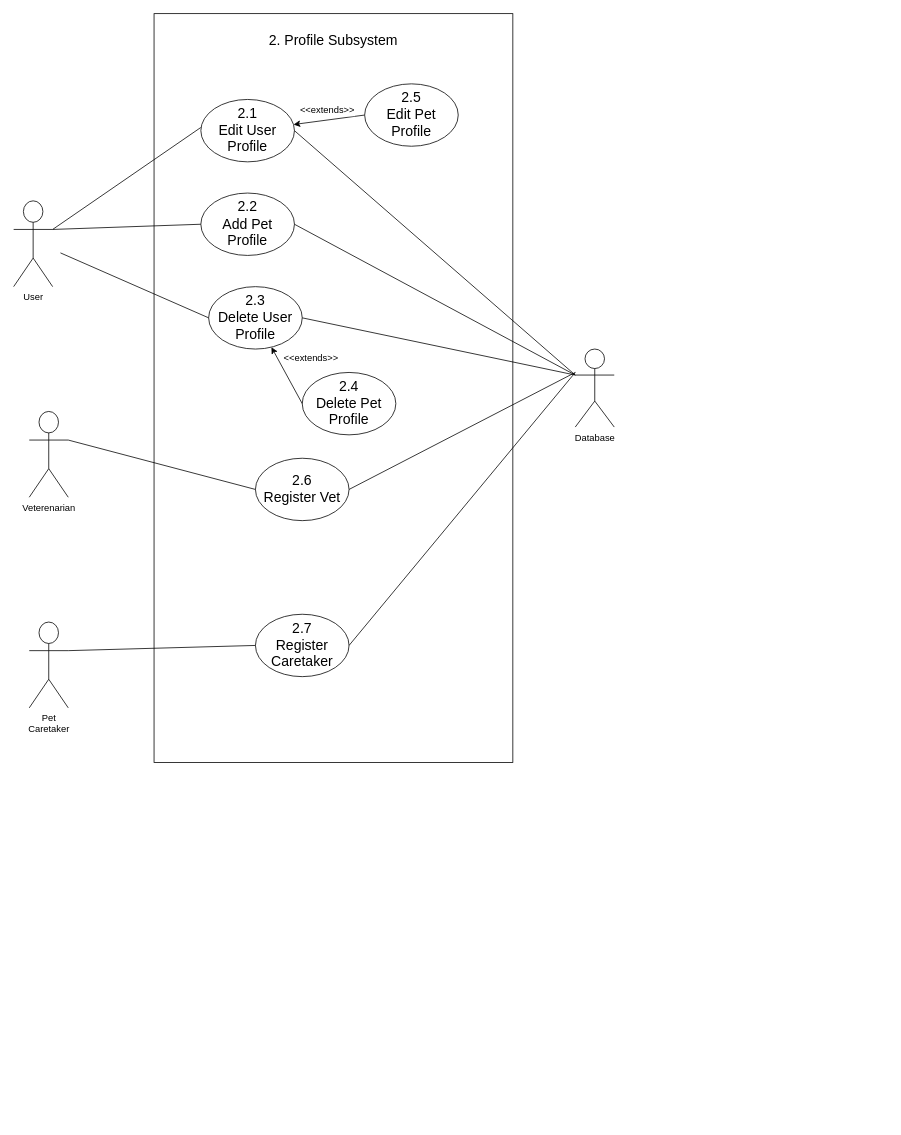
Before: docs/use-case-diagrams/Profile.drawio in COS301-SE-2024/TailWaggr, a draw.io diagram. Source tidied: cells renumbered, new cells numbered last; positions are measured from the earlier drawing's top-left corner, leaving out a move shared by most shapes. Both pictures are drawn from the tidied source at 78%, with x=0, y=0 at pixel (13, 13).
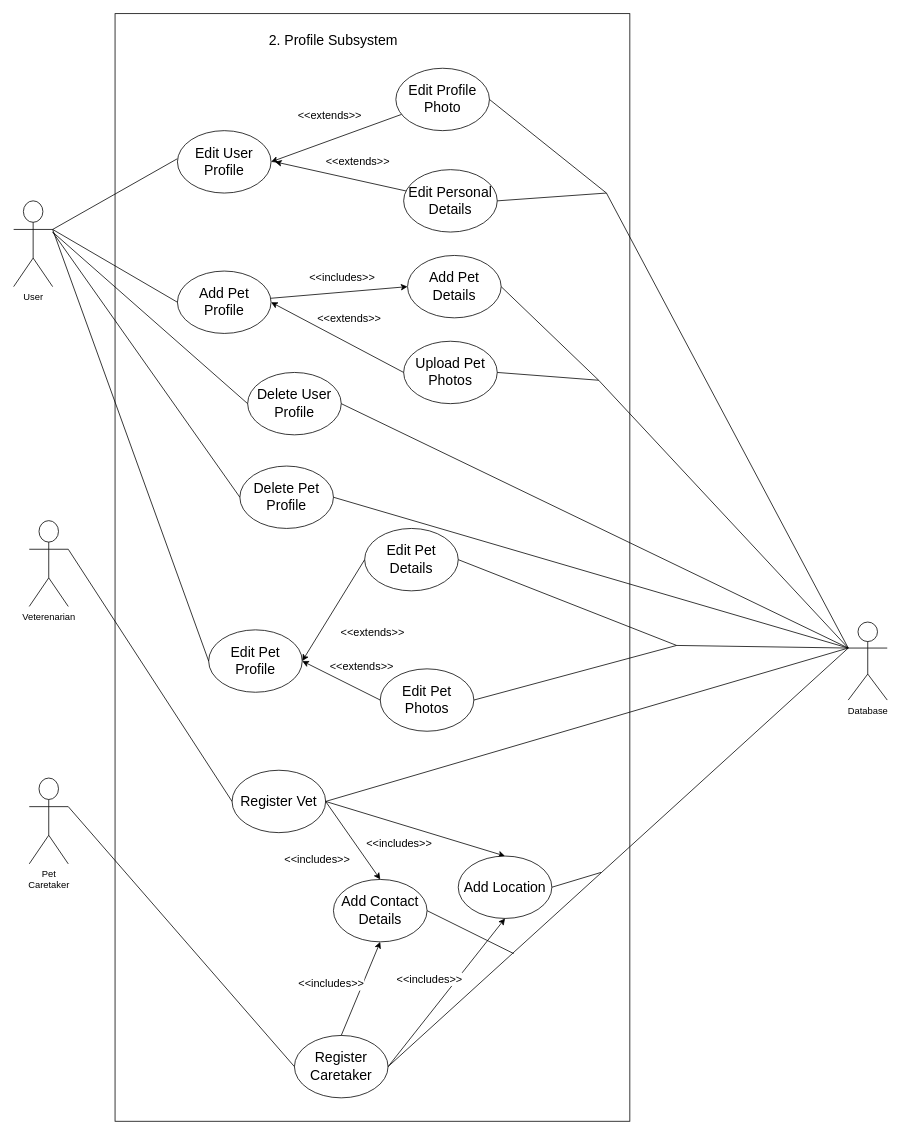
The same page after the edit.

Commit message:
Heavily altered profile diagram

Unchanged cells that the change refers to:
```xml
<mxCell id="4" value="User" style="shape=umlActor;verticalLabelPosition=bottom;verticalAlign=top;html=1;outlineConnect=0;" parent="1" vertex="1">
  <mxGeometry y="240" width="50" height="110" as="geometry" />
</mxCell>
```

Diff of the diagram source:
```diff
@@
     <mxCell id="2" style="rounded=0;whiteSpace=wrap;html=1;" parent="1" vertex="1">
-      <mxGeometry x="180" width="460" height="960" as="geometry" />
+      <mxGeometry x="130" width="660" height="1420" as="geometry" />
     </mxCell>
@@
     <mxCell id="5" value="Database" style="shape=umlActor;verticalLabelPosition=bottom;verticalAlign=top;html=1;outlineConnect=0;" parent="1" vertex="1">
-      <mxGeometry x="720" y="430" width="50" height="100" as="geometry" />
+      <mxGeometry x="1070" y="780" width="50" height="100" as="geometry" />
     </mxCell>
@@
-    <mxCell id="7" style="edgeStyle=none;html=1;entryX=0;entryY=0.5;entryDx=0;entryDy=0;fontSize=18;endArrow=none;endFill=0;startArrow=classic;startFill=1;" parent="1" edge="1" source="9" target="11">
-      <mxGeometry relative="1" as="geometry" />
-    </mxCell>
-    <mxCell id="8" value="&lt;font style=&quot;font-size: 12px;&quot;&gt;&amp;lt;&amp;lt;extends&amp;gt;&amp;gt;&lt;/font&gt;" style="edgeLabel;html=1;align=center;verticalAlign=middle;fontSize=14;" parent="7" vertex="1">
-      <mxGeometry x="-0.25" y="1" relative="1" as="geometry">
-        <mxPoint x="9" y="-14" as="offset" />
-      </mxGeometry>
-    </mxCell>
-    <mxCell id="9" value="2.1&lt;br&gt;Edit User Profile" style="ellipse;whiteSpace=wrap;html=1;fontSize=18;" parent="1" vertex="1">
-      <mxGeometry x="240" y="110" width="120" height="80" as="geometry" />
+    <mxCell id="9" value="Edit User Profile" style="ellipse;whiteSpace=wrap;html=1;fontSize=18;" parent="1" vertex="1">
+      <mxGeometry x="210" y="150" width="120" height="80" as="geometry" />
     </mxCell>
-    <mxCell id="10" style="edgeStyle=none;html=1;entryX=0;entryY=0.3333333333333333;entryDx=0;entryDy=0;entryPerimeter=0;fontSize=12;endArrow=none;endFill=0;exitX=1;exitY=0.5;exitDx=0;exitDy=0;" parent="1" edge="1" source="9" target="5">
-      <mxGeometry relative="1" as="geometry" />
-    </mxCell>
-    <mxCell id="11" value="2.5&lt;br&gt;Edit Pet Profile" style="ellipse;whiteSpace=wrap;html=1;fontSize=18;" parent="1" vertex="1">
-      <mxGeometry x="450" y="90" width="120" height="80" as="geometry" />
+    <mxCell id="11" value="Edit Pet Profile" style="ellipse;whiteSpace=wrap;html=1;fontSize=18;" parent="1" vertex="1">
+      <mxGeometry x="250" y="790" width="120" height="80" as="geometry" />
     </mxCell>
+    <mxCell id="29" style="edgeStyle=none;html=1;entryX=0;entryY=0.5;entryDx=0;entryDy=0;fontSize=14;" parent="1" edge="1" source="12" target="41">
+      <mxGeometry relative="1" as="geometry" />
+    </mxCell>
+    <mxCell id="30" value="&amp;lt;&amp;lt;includes&amp;gt;&amp;gt;" style="edgeLabel;html=1;align=center;verticalAlign=middle;fontSize=14;" parent="29" vertex="1">
+      <mxGeometry x="0.31" relative="1" as="geometry">
+        <mxPoint x="-24" y="-18" as="offset" />
+      </mxGeometry>
+    </mxCell>
-    <mxCell id="12" value="2.2&lt;br&gt;Add Pet Profile" style="ellipse;whiteSpace=wrap;html=1;fontSize=18;" parent="1" vertex="1">
-      <mxGeometry x="240" y="230" width="120" height="80" as="geometry" />
+    <mxCell id="12" value="Add Pet Profile" style="ellipse;whiteSpace=wrap;html=1;fontSize=18;" parent="1" vertex="1">
+      <mxGeometry x="210" y="330" width="120" height="80" as="geometry" />
     </mxCell>
@@
-    <mxCell id="14" style="edgeStyle=none;html=1;fontSize=12;endArrow=none;endFill=0;entryX=0;entryY=0.3333333333333333;entryDx=0;entryDy=0;entryPerimeter=0;exitX=1;exitY=0.5;exitDx=0;exitDy=0;" parent="1" edge="1" source="12" target="5">
-      <mxGeometry relative="1" as="geometry" />
+    <mxCell id="14" style="edgeStyle=none;html=1;fontSize=12;endArrow=none;endFill=0;entryX=0;entryY=0.3333333333333333;entryDx=0;entryDy=0;entryPerimeter=0;" parent="1" edge="1" target="5">
+      <mxGeometry relative="1" as="geometry">
+        <mxPoint x="750" y="470" as="sourcePoint" />
+      </mxGeometry>
     </mxCell>
-    <mxCell id="15" value="2.3&lt;br&gt;Delete User Profile" style="ellipse;whiteSpace=wrap;html=1;fontSize=18;" parent="1" vertex="1">
-      <mxGeometry x="250" y="350" width="120" height="80" as="geometry" />
+    <mxCell id="15" value="Delete User Profile" style="ellipse;whiteSpace=wrap;html=1;fontSize=18;" parent="1" vertex="1">
+      <mxGeometry x="300" y="460" width="120" height="80" as="geometry" />
     </mxCell>
-    <mxCell id="16" style="edgeStyle=none;html=1;fontSize=12;endArrow=none;endFill=0;entryX=0;entryY=0.5;entryDx=0;entryDy=0;exitX=1;exitY=0.3333333333333333;exitDx=0;exitDy=0;exitPerimeter=0;" parent="1" edge="1" target="15">
+    <mxCell id="16" style="edgeStyle=none;html=1;fontSize=12;endArrow=none;endFill=0;entryX=0;entryY=0.5;entryDx=0;entryDy=0;" parent="1" edge="1" target="15">
       <mxGeometry relative="1" as="geometry">
-        <mxPoint x="60" y="306.7" as="sourcePoint" />
+        <mxPoint x="50" y="280" as="sourcePoint" />
       </mxGeometry>
     </mxCell>
@@
-    <mxCell id="18" value="2.4&lt;br&gt;Delete Pet Profile" style="ellipse;whiteSpace=wrap;html=1;fontSize=18;" parent="1" vertex="1">
-      <mxGeometry x="370" y="460" width="120" height="80" as="geometry" />
+    <mxCell id="18" value="Delete Pet Profile" style="ellipse;whiteSpace=wrap;html=1;fontSize=18;" parent="1" vertex="1">
+      <mxGeometry x="290" y="580" width="120" height="80" as="geometry" />
     </mxCell>
-    <mxCell id="19" style="edgeStyle=none;html=1;fontSize=18;endArrow=none;endFill=0;startArrow=classic;startFill=1;entryX=0;entryY=0.5;entryDx=0;entryDy=0;" parent="1" edge="1" source="15" target="18">
-      <mxGeometry relative="1" as="geometry" />
-    </mxCell>
-    <mxCell id="20" value="&lt;font style=&quot;font-size: 12px;&quot;&gt;&amp;lt;&amp;lt;extends&amp;gt;&amp;gt;&lt;/font&gt;" style="edgeLabel;html=1;align=center;verticalAlign=middle;fontSize=14;" parent="19" vertex="1">
-      <mxGeometry x="-0.25" y="1" relative="1" as="geometry">
-        <mxPoint x="34" y="-14" as="offset" />
-      </mxGeometry>
-    </mxCell>
     <mxCell id="21" value="Pet&lt;br&gt;Caretaker" style="shape=umlActor;verticalLabelPosition=bottom;verticalAlign=top;html=1;outlineConnect=0;" parent="1" vertex="1">
-      <mxGeometry x="20" y="780" width="50" height="110" as="geometry" />
+      <mxGeometry x="20" y="980" width="50" height="110" as="geometry" />
     </mxCell>
     <mxCell id="22" value="Veterenarian" style="shape=umlActor;verticalLabelPosition=bottom;verticalAlign=top;html=1;outlineConnect=0;" parent="1" vertex="1">
-      <mxGeometry x="20" y="510" width="50" height="110" as="geometry" />
+      <mxGeometry x="20" y="650" width="50" height="110" as="geometry" />
     </mxCell>
-    <mxCell id="23" value="2.6&lt;br&gt;Register Vet" style="ellipse;whiteSpace=wrap;html=1;fontSize=18;" parent="1" vertex="1">
-      <mxGeometry x="310" y="570" width="120" height="80" as="geometry" />
+    <mxCell id="23" value="Register Vet" style="ellipse;whiteSpace=wrap;html=1;fontSize=18;" parent="1" vertex="1">
+      <mxGeometry x="280" y="970" width="120" height="80" as="geometry" />
     </mxCell>
@@
-    <mxCell id="25" style="edgeStyle=none;html=1;fontSize=12;endArrow=none;endFill=0;exitX=1;exitY=0.5;exitDx=0;exitDy=0;" parent="1" edge="1" source="23">
-      <mxGeometry relative="1" as="geometry">
-        <mxPoint x="720" y="460" as="targetPoint" />
-      </mxGeometry>
+    <mxCell id="25" style="edgeStyle=none;html=1;fontSize=12;endArrow=none;endFill=0;exitX=1;exitY=0.5;exitDx=0;exitDy=0;entryX=0;entryY=0.3333333333333333;entryDx=0;entryDy=0;entryPerimeter=0;" parent="1" edge="1" source="23" target="5">
+      <mxGeometry relative="1" as="geometry" />
     </mxCell>
-    <mxCell id="26" value="2.7&lt;br&gt;Register Caretaker" style="ellipse;whiteSpace=wrap;html=1;fontSize=18;" parent="1" vertex="1">
-      <mxGeometry x="310" y="770" width="120" height="80" as="geometry" />
+    <mxCell id="26" value="Register Caretaker" style="ellipse;whiteSpace=wrap;html=1;fontSize=18;" parent="1" vertex="1">
+      <mxGeometry x="360" y="1310" width="120" height="80" as="geometry" />
     </mxCell>
@@
-    <mxCell id="28" style="edgeStyle=none;html=1;fontSize=12;endArrow=none;endFill=0;exitX=1;exitY=0.5;exitDx=0;exitDy=0;" parent="1" edge="1" source="26">
-      <mxGeometry relative="1" as="geometry">
-        <mxPoint x="720" y="460" as="targetPoint" />
-      </mxGeometry>
+    <mxCell id="28" style="edgeStyle=none;html=1;fontSize=12;endArrow=none;endFill=0;exitX=1;exitY=0.5;exitDx=0;exitDy=0;entryX=0;entryY=0.3333333333333333;entryDx=0;entryDy=0;entryPerimeter=0;" parent="1" edge="1" source="26" target="5">
+      <mxGeometry relative="1" as="geometry" />
     </mxCell>
+    <mxCell id="31" style="edgeStyle=none;html=1;fontSize=12;endArrow=none;endFill=0;entryX=0;entryY=0.5;entryDx=0;entryDy=0;exitX=1;exitY=0.3333333333333333;exitDx=0;exitDy=0;exitPerimeter=0;" parent="1" edge="1" source="4" target="11">
+      <mxGeometry relative="1" as="geometry" />
+    </mxCell>
+    <mxCell id="32" style="edgeStyle=none;html=1;fontSize=12;endArrow=none;endFill=0;entryX=0;entryY=0.5;entryDx=0;entryDy=0;" parent="1" edge="1" target="18">
+      <mxGeometry relative="1" as="geometry">
+        <mxPoint x="50" y="280" as="sourcePoint" />
+      </mxGeometry>
+    </mxCell>
+    <mxCell id="33" style="edgeStyle=none;html=1;fontSize=12;endArrow=none;endFill=0;exitX=1;exitY=0.5;exitDx=0;exitDy=0;entryX=0;entryY=0.3333333333333333;entryDx=0;entryDy=0;entryPerimeter=0;" parent="1" edge="1" source="18" target="5">
+      <mxGeometry relative="1" as="geometry" />
+    </mxCell>
+    <mxCell id="34" style="edgeStyle=none;html=1;fontSize=12;endArrow=none;endFill=0;entryX=0;entryY=0.3333333333333333;entryDx=0;entryDy=0;entryPerimeter=0;" parent="1" edge="1" target="5">
+      <mxGeometry relative="1" as="geometry">
+        <mxPoint x="850" y="810" as="sourcePoint" />
+      </mxGeometry>
+    </mxCell>
+    <mxCell id="35" style="edgeStyle=none;html=1;entryX=1;entryY=0.5;entryDx=0;entryDy=0;" parent="1" edge="1" source="37" target="9">
+      <mxGeometry relative="1" as="geometry" />
+    </mxCell>
+    <mxCell id="36" value="&lt;font style=&quot;font-size: 14px;&quot;&gt;&amp;lt;&amp;lt;extends&amp;gt;&amp;gt;&lt;/font&gt;" style="edgeLabel;html=1;align=center;verticalAlign=middle;" parent="35" vertex="1">
+      <mxGeometry x="-0.32" y="-4" relative="1" as="geometry">
+        <mxPoint x="-34" y="-16" as="offset" />
+      </mxGeometry>
+    </mxCell>
+    <mxCell id="37" value="Edit Profile Photo" style="ellipse;whiteSpace=wrap;html=1;fontSize=18;" parent="1" vertex="1">
+      <mxGeometry x="490" y="70" width="120" height="80" as="geometry" />
+    </mxCell>
+    <mxCell id="38" style="edgeStyle=none;html=1;" parent="1" edge="1" source="40">
+      <mxGeometry relative="1" as="geometry">
+        <mxPoint x="335" y="190" as="targetPoint" />
+      </mxGeometry>
+    </mxCell>
+    <mxCell id="39" value="&lt;font style=&quot;font-size: 14px;&quot;&gt;&amp;lt;&amp;lt;extends&amp;gt;&amp;gt;&lt;/font&gt;" style="edgeLabel;html=1;align=center;verticalAlign=middle;" parent="38" vertex="1">
+      <mxGeometry x="-0.32" y="-4" relative="1" as="geometry">
+        <mxPoint x="-6" y="-21" as="offset" />
+      </mxGeometry>
+    </mxCell>
+    <mxCell id="40" value="Edit Personal&lt;br&gt;Details" style="ellipse;whiteSpace=wrap;html=1;fontSize=18;" parent="1" vertex="1">
+      <mxGeometry x="500" y="200" width="120" height="80" as="geometry" />
+    </mxCell>
+    <mxCell id="41" value="Add Pet Details" style="ellipse;whiteSpace=wrap;html=1;fontSize=18;" parent="1" vertex="1">
+      <mxGeometry x="505" y="310" width="120" height="80" as="geometry" />
+    </mxCell>
+    <mxCell id="42" style="edgeStyle=none;html=1;fontSize=12;endArrow=none;endFill=0;exitX=1;exitY=0.5;exitDx=0;exitDy=0;" parent="1" edge="1" source="37">
+      <mxGeometry relative="1" as="geometry">
+        <mxPoint x="760" y="230" as="targetPoint" />
+      </mxGeometry>
+    </mxCell>
+    <mxCell id="43" style="edgeStyle=none;html=1;fontSize=12;endArrow=none;endFill=0;exitX=1;exitY=0.5;exitDx=0;exitDy=0;" parent="1" edge="1" source="40">
+      <mxGeometry relative="1" as="geometry">
+        <mxPoint x="760" y="230" as="targetPoint" />
+      </mxGeometry>
+    </mxCell>
+    <mxCell id="44" style="edgeStyle=none;html=1;fontSize=12;endArrow=none;endFill=0;entryX=0;entryY=0.3333333333333333;entryDx=0;entryDy=0;entryPerimeter=0;" parent="1" edge="1" target="5">
+      <mxGeometry relative="1" as="geometry">
+        <mxPoint x="760" y="230" as="sourcePoint" />
+      </mxGeometry>
+    </mxCell>
+    <mxCell id="45" value="Upload Pet Photos" style="ellipse;whiteSpace=wrap;html=1;fontSize=18;" parent="1" vertex="1">
+      <mxGeometry x="500" y="420" width="120" height="80" as="geometry" />
+    </mxCell>
+    <mxCell id="46" style="edgeStyle=none;html=1;entryX=1;entryY=0.5;entryDx=0;entryDy=0;fontSize=14;exitX=0;exitY=0.5;exitDx=0;exitDy=0;" parent="1" edge="1" source="45" target="12">
+      <mxGeometry relative="1" as="geometry" />
+    </mxCell>
+    <mxCell id="47" value="&amp;lt;&amp;lt;extends&amp;gt;&amp;gt;" style="edgeLabel;html=1;align=center;verticalAlign=middle;fontSize=14;" parent="46" vertex="1">
+      <mxGeometry x="0.31" relative="1" as="geometry">
+        <mxPoint x="41" y="-11" as="offset" />
+      </mxGeometry>
+    </mxCell>
+    <mxCell id="48" style="edgeStyle=none;html=1;fontSize=12;endArrow=none;endFill=0;exitX=1;exitY=0.5;exitDx=0;exitDy=0;" parent="1" edge="1" source="41">
+      <mxGeometry relative="1" as="geometry">
+        <mxPoint x="750" y="470" as="targetPoint" />
+      </mxGeometry>
+    </mxCell>
+    <mxCell id="49" style="edgeStyle=none;html=1;fontSize=12;endArrow=none;endFill=0;exitX=1;exitY=0.5;exitDx=0;exitDy=0;" parent="1" edge="1" source="45">
+      <mxGeometry relative="1" as="geometry">
+        <mxPoint x="750" y="470" as="targetPoint" />
+      </mxGeometry>
+    </mxCell>
+    <mxCell id="50" value="Edit Pet Details" style="ellipse;whiteSpace=wrap;html=1;fontSize=18;" parent="1" vertex="1">
+      <mxGeometry x="450" y="660" width="120" height="80" as="geometry" />
+    </mxCell>
+    <mxCell id="51" value="Edit Pet Photos" style="ellipse;whiteSpace=wrap;html=1;fontSize=18;" parent="1" vertex="1">
+      <mxGeometry x="470" y="840" width="120" height="80" as="geometry" />
+    </mxCell>
+    <mxCell id="52" style="edgeStyle=none;html=1;entryX=1;entryY=0.5;entryDx=0;entryDy=0;fontSize=14;exitX=0;exitY=0.5;exitDx=0;exitDy=0;" parent="1" edge="1" source="51" target="11">
+      <mxGeometry relative="1" as="geometry" />
+    </mxCell>
+    <mxCell id="53" value="&amp;lt;&amp;lt;extends&amp;gt;&amp;gt;" style="edgeLabel;html=1;align=center;verticalAlign=middle;fontSize=14;" parent="52" vertex="1">
+      <mxGeometry x="0.31" relative="1" as="geometry">
+        <mxPoint x="41" y="-11" as="offset" />
+      </mxGeometry>
+    </mxCell>
+    <mxCell id="54" style="edgeStyle=none;html=1;entryX=1;entryY=0.5;entryDx=0;entryDy=0;fontSize=14;exitX=0;exitY=0.5;exitDx=0;exitDy=0;" parent="1" edge="1" source="50" target="11">
+      <mxGeometry relative="1" as="geometry" />
+    </mxCell>
+    <mxCell id="55" value="&amp;lt;&amp;lt;extends&amp;gt;&amp;gt;" style="edgeLabel;html=1;align=center;verticalAlign=middle;fontSize=14;" parent="54" vertex="1">
+      <mxGeometry x="0.31" relative="1" as="geometry">
+        <mxPoint x="62" y="8" as="offset" />
+      </mxGeometry>
+    </mxCell>
+    <mxCell id="56" style="edgeStyle=none;html=1;fontSize=12;endArrow=none;endFill=0;exitX=1;exitY=0.5;exitDx=0;exitDy=0;" parent="1" edge="1" source="50">
+      <mxGeometry relative="1" as="geometry">
+        <mxPoint x="850" y="810" as="targetPoint" />
+      </mxGeometry>
+    </mxCell>
+    <mxCell id="57" style="edgeStyle=none;html=1;fontSize=12;endArrow=none;endFill=0;exitX=1;exitY=0.5;exitDx=0;exitDy=0;" parent="1" edge="1" source="51">
+      <mxGeometry relative="1" as="geometry">
+        <mxPoint x="850" y="810" as="targetPoint" />
+      </mxGeometry>
+    </mxCell>
+    <mxCell id="58" style="edgeStyle=none;html=1;entryX=0.5;entryY=0;entryDx=0;entryDy=0;fontSize=14;exitX=1;exitY=0.5;exitDx=0;exitDy=0;" parent="1" edge="1" source="23" target="60">
+      <mxGeometry relative="1" as="geometry" />
+    </mxCell>
+    <mxCell id="59" value="&amp;lt;&amp;lt;includes&amp;gt;&amp;gt;" style="edgeLabel;html=1;align=center;verticalAlign=middle;fontSize=14;" parent="58" vertex="1">
+      <mxGeometry x="0.31" relative="1" as="geometry">
+        <mxPoint x="-57" y="8" as="offset" />
+      </mxGeometry>
+    </mxCell>
+    <mxCell id="60" value="Add Contact Details" style="ellipse;whiteSpace=wrap;html=1;fontSize=18;" parent="1" vertex="1">
+      <mxGeometry x="410" y="1110" width="120" height="80" as="geometry" />
+    </mxCell>
+    <mxCell id="61" style="edgeStyle=none;html=1;fontSize=14;exitX=0.5;exitY=0;exitDx=0;exitDy=0;entryX=0.5;entryY=1;entryDx=0;entryDy=0;" parent="1" edge="1" source="26" target="60">
+      <mxGeometry relative="1" as="geometry" />
+    </mxCell>
+    <mxCell id="62" value="&amp;lt;&amp;lt;includes&amp;gt;&amp;gt;" style="edgeLabel;html=1;align=center;verticalAlign=middle;fontSize=14;" parent="61" vertex="1">
+      <mxGeometry x="0.31" relative="1" as="geometry">
+        <mxPoint x="-46" y="12" as="offset" />
+      </mxGeometry>
+    </mxCell>
+    <mxCell id="63" style="edgeStyle=none;html=1;entryX=0.5;entryY=0;entryDx=0;entryDy=0;fontSize=14;exitX=1;exitY=0.5;exitDx=0;exitDy=0;" parent="1" edge="1" source="23" target="65">
+      <mxGeometry relative="1" as="geometry" />
+    </mxCell>
+    <mxCell id="64" value="&amp;lt;&amp;lt;includes&amp;gt;&amp;gt;" style="edgeLabel;html=1;align=center;verticalAlign=middle;fontSize=14;" parent="63" vertex="1">
+      <mxGeometry x="0.31" relative="1" as="geometry">
+        <mxPoint x="-57" y="8" as="offset" />
+      </mxGeometry>
+    </mxCell>
+    <mxCell id="65" value="Add Location" style="ellipse;whiteSpace=wrap;html=1;fontSize=18;" parent="1" vertex="1">
+      <mxGeometry x="570" y="1080" width="120" height="80" as="geometry" />
+    </mxCell>
+    <mxCell id="66" style="edgeStyle=none;html=1;fontSize=14;entryX=0.5;entryY=1;entryDx=0;entryDy=0;exitX=1;exitY=0.5;exitDx=0;exitDy=0;" parent="1" edge="1" source="26" target="65">
+      <mxGeometry relative="1" as="geometry" />
+    </mxCell>
+    <mxCell id="67" value="&amp;lt;&amp;lt;includes&amp;gt;&amp;gt;" style="edgeLabel;html=1;align=center;verticalAlign=middle;fontSize=14;" parent="66" vertex="1">
+      <mxGeometry x="0.31" relative="1" as="geometry">
+        <mxPoint x="-46" y="12" as="offset" />
+      </mxGeometry>
+    </mxCell>
+    <mxCell id="68" style="edgeStyle=none;html=1;fontSize=12;endArrow=none;endFill=0;exitX=1;exitY=0.5;exitDx=0;exitDy=0;" parent="1" edge="1" source="60">
+      <mxGeometry relative="1" as="geometry">
+        <mxPoint x="641" y="1205" as="targetPoint" />
+      </mxGeometry>
+    </mxCell>
+    <mxCell id="69" style="edgeStyle=none;html=1;fontSize=12;endArrow=none;endFill=0;exitX=1;exitY=0.5;exitDx=0;exitDy=0;" parent="1" edge="1" source="65">
+      <mxGeometry relative="1" as="geometry">
+        <mxPoint x="753" y="1101" as="targetPoint" />
+      </mxGeometry>
+    </mxCell>
```
